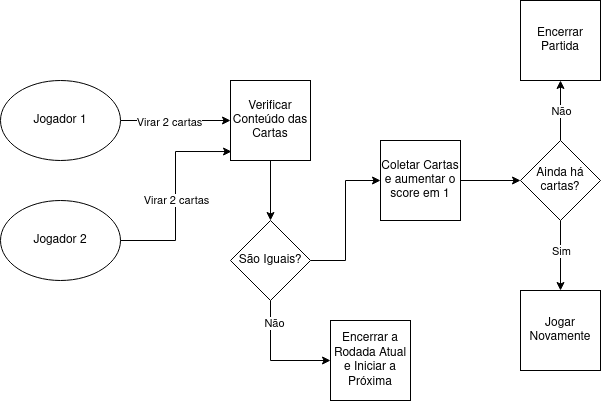
The draw.io diagram Diagrama de Fluxo de Dados.drawio.png in FelipeRibeirooo/Entrega-03-OO-UML, before a commit. Source tidied: cells renumbered, new cells last; positions are measured from the earlier drawing's top-left corner, leaving out a move shared by most shapes.
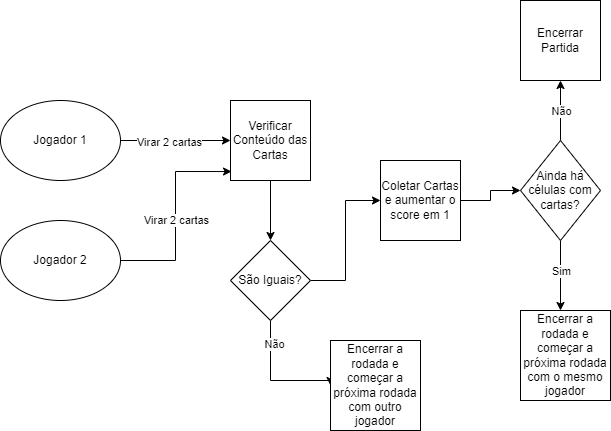
After the change.

The edit, as a diff of the source:
```diff
@@ -36,8 +36,8 @@
     <mxCell id="11" value="São Iguais?" style="rhombus;whiteSpace=wrap;html=1;" parent="1" vertex="1">
       <mxGeometry x="230" y="220" width="80" height="80" as="geometry" />
     </mxCell>
-    <mxCell id="12" value="Encerrar a Rodada Atual e Iniciar a Próxima" style="whiteSpace=wrap;html=1;" parent="1" vertex="1">
-      <mxGeometry x="330" y="320" width="80" height="80" as="geometry" />
+    <mxCell id="12" value="Encerrar a rodada e começar a próxima rodada com outro jogador" style="whiteSpace=wrap;html=1;" parent="1" vertex="1">
+      <mxGeometry x="330" y="320" width="90" height="90" as="geometry" />
     </mxCell>
     <mxCell id="13" style="edgeStyle=orthogonalEdgeStyle;rounded=0;jettySize=auto;html=1;entryX=0.013;entryY=0.888;entryDx=0;entryDy=0;entryPerimeter=0;" parent="1" edge="1" source="5" target="7">
       <mxGeometry relative="1" as="geometry" />
@@ -52,7 +52,7 @@
       <mxGeometry x="380" y="140" width="80" height="80" as="geometry" />
     </mxCell>
     <mxCell id="17" value="Encerrar Partida" style="whiteSpace=wrap;html=1;" parent="1" vertex="1">
-      <mxGeometry x="520" width="80" height="80" as="geometry" />
+      <mxGeometry x="520" y="-20" width="80" height="80" as="geometry" />
     </mxCell>
     <mxCell id="18" style="edgeStyle=orthogonalEdgeStyle;rounded=0;jettySize=auto;html=1;" parent="1" edge="1" source="22">
       <mxGeometry relative="1" as="geometry">
@@ -72,11 +72,11 @@
         <mxPoint y="3" as="offset" />
       </mxGeometry>
     </mxCell>
-    <mxCell id="22" value="Ainda há cartas?" style="rhombus;whiteSpace=wrap;html=1;" parent="1" vertex="1">
-      <mxGeometry x="520" y="140" width="80" height="80" as="geometry" />
+    <mxCell id="22" value="Ainda há células com cartas?" style="rhombus;whiteSpace=wrap;html=1;" parent="1" vertex="1">
+      <mxGeometry x="520" y="120" width="80" height="100" as="geometry" />
     </mxCell>
-    <mxCell id="23" value="&lt;div&gt;Jogar Novamente&lt;/div&gt;" style="whiteSpace=wrap;html=1;" parent="1" vertex="1">
-      <mxGeometry x="520" y="290" width="80" height="80" as="geometry" />
+    <mxCell id="23" value="Encerrar a rodada e começar a próxima rodada com o mesmo jogador" style="whiteSpace=wrap;html=1;" parent="1" vertex="1">
+      <mxGeometry x="520" y="290" width="90" height="90" as="geometry" />
     </mxCell>
   </root>
 </mxGraphModel>
```
